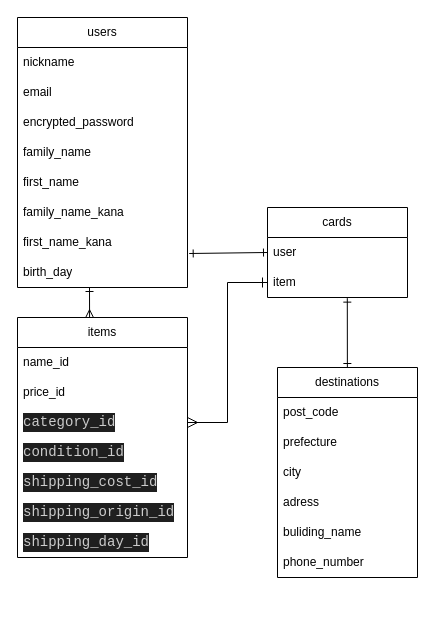
Earlier version of the draw.io diagram furima-41539.dio (Takao-Koyanagi/furima-41539). Source tidied: cells renumbered, new cells numbered last; positions are measured from the earlier drawing's top-left corner, leaving out a move shared by most shapes. Both pictures are drawn from the tidied source at 100%, with x=0, y=0 at pixel (17, 17).
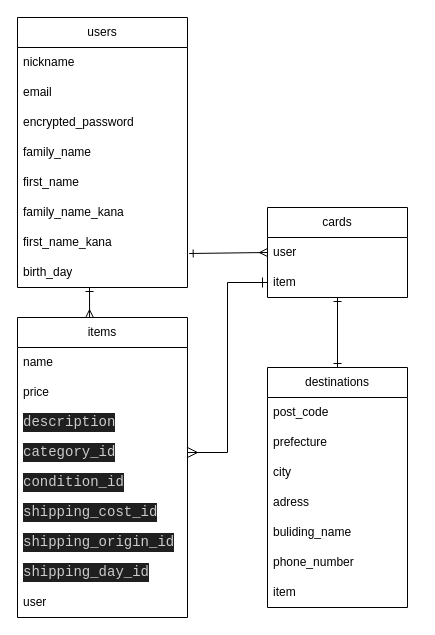
The same diagram, later.

Commit message (it also covers changes not shown here):
データーベース設計_修正7

Unchanged cells that the change refers to:
```xml
<mxCell id="9" value="first_name_kana" style="text;strokeColor=none;fillColor=none;align=left;verticalAlign=middle;spacingLeft=4;spacingRight=4;overflow=hidden;points=[[0,0.5],[1,0.5]];portConstraint=eastwest;whiteSpace=wrap;html=1;" parent="2" vertex="1">
  <mxGeometry y="210" width="170" height="30" as="geometry" />
</mxCell>
<mxCell id="12" value="user" style="text;strokeColor=none;fillColor=none;align=left;verticalAlign=middle;spacingLeft=4;spacingRight=4;overflow=hidden;points=[[0,0.5],[1,0.5]];portConstraint=eastwest;whiteSpace=wrap;html=1;" parent="11" vertex="1">
  <mxGeometry y="30" width="140" height="30" as="geometry" />
</mxCell>
<mxCell id="13" value="item" style="text;strokeColor=none;fillColor=none;align=left;verticalAlign=middle;spacingLeft=4;spacingRight=4;overflow=hidden;points=[[0,0.5],[1,0.5]];portConstraint=eastwest;whiteSpace=wrap;html=1;" parent="11" vertex="1">
  <mxGeometry y="60" width="140" height="30" as="geometry" />
</mxCell>
```

Diff of the diagram source:
```diff
@@
-    <mxCell id="14" style="edgeStyle=none;html=1;exitX=1.01;exitY=0.867;exitDx=0;exitDy=0;entryX=0;entryY=0.5;entryDx=0;entryDy=0;startArrow=ERone;startFill=0;endArrow=ERone;endFill=0;exitPerimeter=0;" parent="1" edge="1" source="9" target="12">
+    <mxCell id="14" style="edgeStyle=none;html=1;exitX=1.01;exitY=0.867;exitDx=0;exitDy=0;entryX=0;entryY=0.5;entryDx=0;entryDy=0;startArrow=ERone;startFill=0;endArrow=ERmany;endFill=0;exitPerimeter=0;" parent="1" edge="1" source="9" target="12">
       <mxGeometry relative="1" as="geometry" />
     </mxCell>
     <mxCell id="15" value="destinations" style="swimlane;fontStyle=0;horizontal=1;startSize=30;whiteSpace=wrap;html=1;" parent="1" vertex="1">
-      <mxGeometry x="260" y="350" width="140" height="210" as="geometry" />
+      <mxGeometry x="250" y="350" width="140" height="240" as="geometry" />
     </mxCell>
@@
+    <mxCell id="33" value="item" style="text;strokeColor=none;fillColor=none;align=left;verticalAlign=middle;spacingLeft=4;spacingRight=4;overflow=hidden;whiteSpace=wrap;html=1;" parent="15" vertex="1">
+      <mxGeometry y="210" width="140" height="30" as="geometry" />
+    </mxCell>
     <mxCell id="22" value="items" style="swimlane;fontStyle=0;horizontal=1;startSize=30;whiteSpace=wrap;html=1;" parent="1" vertex="1">
-      <mxGeometry y="300" width="170" height="240" as="geometry" />
+      <mxGeometry y="300" width="170" height="300" as="geometry" />
     </mxCell>
-    <mxCell id="23" value="name_id" style="text;strokeColor=none;fillColor=none;align=left;verticalAlign=middle;spacingLeft=4;spacingRight=4;overflow=hidden;whiteSpace=wrap;html=1;" parent="22" vertex="1">
+    <mxCell id="23" value="name" style="text;strokeColor=none;fillColor=none;align=left;verticalAlign=middle;spacingLeft=4;spacingRight=4;overflow=hidden;whiteSpace=wrap;html=1;" parent="22" vertex="1">
       <mxGeometry y="30" width="170" height="30" as="geometry" />
     </mxCell>
-    <mxCell id="24" value="price_id" style="text;strokeColor=none;fillColor=none;align=left;verticalAlign=middle;spacingLeft=4;spacingRight=4;overflow=hidden;whiteSpace=wrap;html=1;" parent="22" vertex="1">
+    <mxCell id="24" value="price" style="text;strokeColor=none;fillColor=none;align=left;verticalAlign=middle;spacingLeft=4;spacingRight=4;overflow=hidden;whiteSpace=wrap;html=1;" parent="22" vertex="1">
       <mxGeometry y="60" width="170" height="30" as="geometry" />
     </mxCell>
+    <mxCell id="34" value="&lt;div style=&quot;color: rgb(204, 204, 204); background-color: rgb(31, 31, 31); font-family: Consolas, &amp;quot;Courier New&amp;quot;, monospace; font-size: 14px; line-height: 19px;&quot;&gt;description&lt;/div&gt;" style="text;strokeColor=none;fillColor=none;align=left;verticalAlign=middle;spacingLeft=4;spacingRight=4;overflow=hidden;whiteSpace=wrap;html=1;" parent="22" vertex="1">
+      <mxGeometry y="90" width="170" height="30" as="geometry" />
+    </mxCell>
     <mxCell id="25" value="&lt;div style=&quot;color: rgb(204, 204, 204); background-color: rgb(31, 31, 31); font-family: Consolas, &amp;quot;Courier New&amp;quot;, monospace; font-size: 14px; line-height: 19px;&quot;&gt;category_id&lt;/div&gt;" style="text;strokeColor=none;fillColor=none;align=left;verticalAlign=middle;spacingLeft=4;spacingRight=4;overflow=hidden;points=[[0,0.5],[1,0.5]];portConstraint=eastwest;whiteSpace=wrap;html=1;" parent="22" vertex="1">
-      <mxGeometry y="90" width="170" height="30" as="geometry" />
+      <mxGeometry y="120" width="170" height="30" as="geometry" />
     </mxCell>
     <mxCell id="26" value="&lt;div style=&quot;color: rgb(204, 204, 204); background-color: rgb(31, 31, 31); font-family: Consolas, &amp;quot;Courier New&amp;quot;, monospace; font-size: 14px; line-height: 19px;&quot;&gt;condition_id&lt;/div&gt;" style="text;strokeColor=none;fillColor=none;align=left;verticalAlign=middle;spacingLeft=4;spacingRight=4;overflow=hidden;whiteSpace=wrap;html=1;" parent="22" vertex="1">
-      <mxGeometry y="120" width="170" height="30" as="geometry" />
+      <mxGeometry y="150" width="170" height="30" as="geometry" />
     </mxCell>
     <mxCell id="27" value="&lt;div style=&quot;color: rgb(204, 204, 204); background-color: rgb(31, 31, 31); font-family: Consolas, &amp;quot;Courier New&amp;quot;, monospace; font-size: 14px; line-height: 19px;&quot;&gt;shipping_cost_id&lt;/div&gt;" style="text;strokeColor=none;fillColor=none;align=left;verticalAlign=middle;spacingLeft=4;spacingRight=4;overflow=hidden;whiteSpace=wrap;html=1;" parent="22" vertex="1">
-      <mxGeometry y="150" width="170" height="30" as="geometry" />
+      <mxGeometry y="180" width="170" height="30" as="geometry" />
     </mxCell>
     <mxCell id="28" value="&lt;div style=&quot;color: rgb(204, 204, 204); background-color: rgb(31, 31, 31); font-family: Consolas, &amp;quot;Courier New&amp;quot;, monospace; font-size: 14px; line-height: 19px;&quot;&gt;shipping_origin_id&lt;/div&gt;" style="text;strokeColor=none;fillColor=none;align=left;verticalAlign=middle;spacingLeft=4;spacingRight=4;overflow=hidden;whiteSpace=wrap;html=1;" parent="22" vertex="1">
-      <mxGeometry y="180" width="170" height="30" as="geometry" />
+      <mxGeometry y="210" width="170" height="30" as="geometry" />
     </mxCell>
     <mxCell id="29" value="&lt;div style=&quot;color: rgb(204, 204, 204); background-color: rgb(31, 31, 31); font-family: Consolas, &amp;quot;Courier New&amp;quot;, monospace; font-size: 14px; line-height: 19px;&quot;&gt;shipping_day_id&lt;/div&gt;" style="text;strokeColor=none;fillColor=none;align=left;verticalAlign=middle;spacingLeft=4;spacingRight=4;overflow=hidden;whiteSpace=wrap;html=1;" parent="22" vertex="1">
-      <mxGeometry y="210" width="170" height="30" as="geometry" />
+      <mxGeometry y="240" width="170" height="30" as="geometry" />
     </mxCell>
+    <mxCell id="35" value="user" style="text;strokeColor=none;fillColor=none;align=left;verticalAlign=middle;spacingLeft=4;spacingRight=4;overflow=hidden;whiteSpace=wrap;html=1;" parent="22" vertex="1">
+      <mxGeometry y="270" width="170" height="30" as="geometry" />
+    </mxCell>
-    <mxCell id="30" style="edgeStyle=none;html=1;exitX=0.57;exitY=1.021;exitDx=0;exitDy=0;startArrow=ERone;startFill=0;endArrow=ERone;endFill=0;exitPerimeter=0;" parent="1" edge="1" source="13" target="15">
-      <mxGeometry relative="1" as="geometry" />
+    <mxCell id="30" style="edgeStyle=none;html=1;startArrow=ERone;startFill=0;endArrow=ERone;endFill=0;" parent="1" edge="1" target="15">
+      <mxGeometry relative="1" as="geometry">
+        <mxPoint x="320" y="280" as="sourcePoint" />
+      </mxGeometry>
     </mxCell>
```
